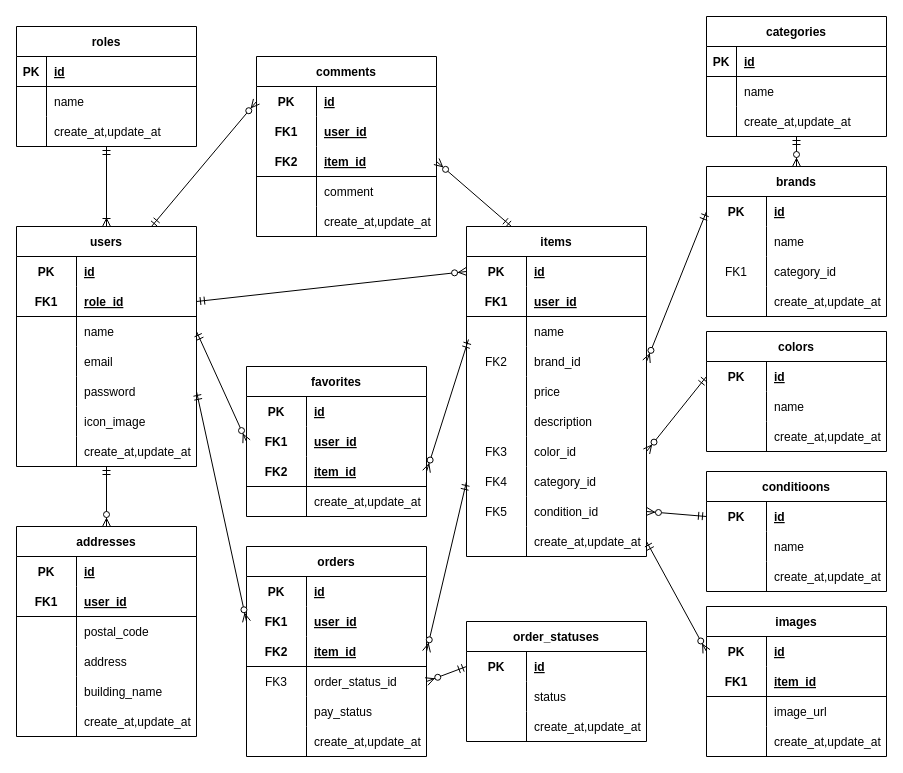
fujico23/coachtech-flea-market-app keeps this draw.io diagram as er.drawio. Above is the earlier version. Source tidied: cells renumbered, new cells numbered last; positions are measured from the earlier drawing's top-left corner, leaving out a move shared by most shapes. Both pictures are drawn from the tidied source at 100%, with x=0, y=0 at pixel (16, 16).
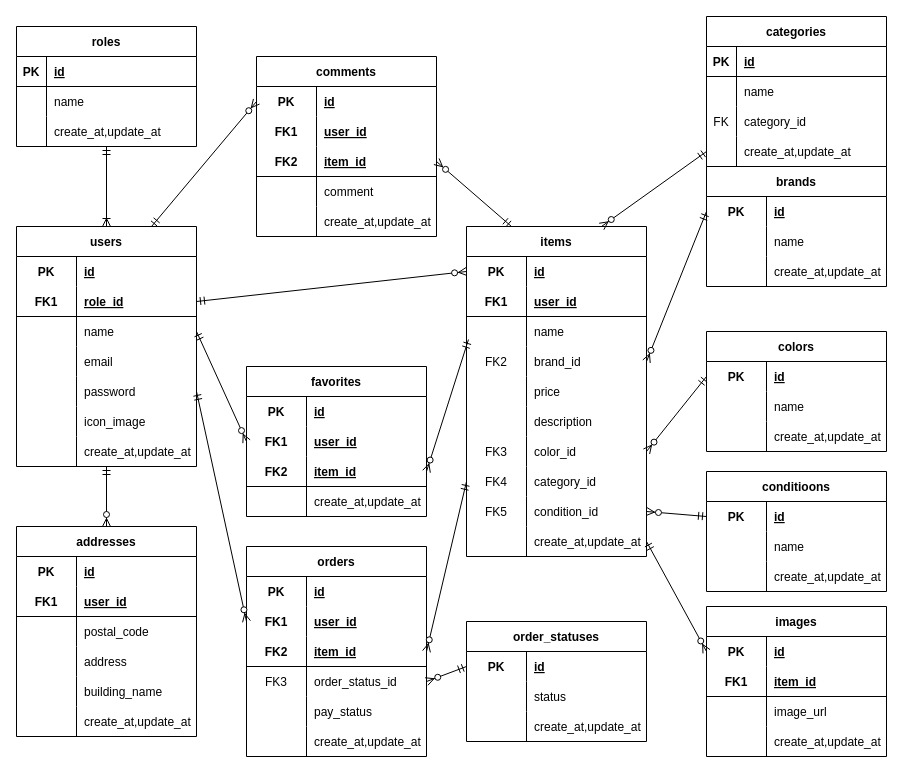
After the change.

The change refers to these unchanged cells:
```xml
<mxCell id="53" value="items" style="shape=table;startSize=30;childLayout=tableLayout;rowLines=0;fontStyle=1;align=center;" parent="1" vertex="1">
  <mxGeometry x="450" y="210" width="180" height="330" as="geometry" />
</mxCell>
```

What changed in the source:
```diff
@@
     <mxCell id="84" value="brands" style="shape=table;startSize=30;childLayout=tableLayout;rowLines=0;fontStyle=1;align=center;" parent="1" vertex="1">
-      <mxGeometry x="690" y="150" width="180" height="150" as="geometry" />
+      <mxGeometry x="690" y="150" width="180" height="120" as="geometry" />
     </mxCell>
@@
-    <mxCell id="91" style="shape=tableRow;horizontal=0;startSize=0;swimlaneHead=0;swimlaneBody=0;fillColor=none;top=0;left=0;right=0;bottom=0;" parent="84" vertex="1">
-      <mxGeometry y="90" width="180" height="30" as="geometry" />
-    </mxCell>
-    <mxCell id="92" value="FK1" style="shape=partialRectangle;fillColor=none;top=0;left=0;bottom=0;right=0;overflow=hidden;" parent="91" vertex="1">
-      <mxGeometry width="60" height="30" as="geometry" />
-    </mxCell>
-    <mxCell id="93" value="category_id" style="shape=partialRectangle;fillColor=none;top=0;left=0;bottom=0;right=0;align=left;spacingLeft=6;overflow=hidden;" parent="91" vertex="1">
-      <mxGeometry x="60" width="120" height="30" as="geometry" />
-    </mxCell>
     <mxCell id="94" style="shape=tableRow;horizontal=0;startSize=0;swimlaneHead=0;swimlaneBody=0;fillColor=none;top=0;left=0;right=0;bottom=0;" parent="84" vertex="1">
-      <mxGeometry y="120" width="180" height="30" as="geometry" />
+      <mxGeometry y="90" width="180" height="30" as="geometry" />
     </mxCell>
@@
     <mxCell id="97" value="categories" style="shape=table;startSize=30;childLayout=tableLayout;rowLines=0;fontStyle=1;align=center;" parent="1" vertex="1">
-      <mxGeometry x="690" width="180" height="120" as="geometry" />
+      <mxGeometry x="690" width="180" height="150" as="geometry" />
     </mxCell>
@@
+    <mxCell id="91" style="shape=tableRow;horizontal=0;startSize=0;swimlaneHead=0;swimlaneBody=0;fillColor=none;top=0;left=0;right=0;bottom=0;" parent="97" vertex="1">
+      <mxGeometry y="90" width="180" height="30" as="geometry" />
+    </mxCell>
+    <mxCell id="213" value="FK" style="shape=partialRectangle;fillColor=none;top=0;left=0;bottom=0;right=0;overflow=hidden;" parent="91" vertex="1">
+      <mxGeometry width="30" height="30" as="geometry" />
+    </mxCell>
+    <mxCell id="93" value="category_id" style="shape=partialRectangle;fillColor=none;top=0;left=0;bottom=0;right=0;align=left;spacingLeft=6;overflow=hidden;" parent="91" vertex="1">
+      <mxGeometry x="30" width="150" height="30" as="geometry" />
+    </mxCell>
     <mxCell id="104" style="shape=tableRow;horizontal=0;startSize=0;swimlaneHead=0;swimlaneBody=0;fillColor=none;points=[[0,0.5],[1,0.5]];portConstraint=eastwest;top=0;left=0;right=0;bottom=0;" parent="97" vertex="1">
-      <mxGeometry y="90" width="180" height="30" as="geometry" />
+      <mxGeometry y="120" width="180" height="30" as="geometry" />
     </mxCell>
@@
+    <mxCell id="214" style="fontSize=12;html=1;endArrow=ERzeroToMany;startArrow=ERmandOne;rounded=1;sketch=0;strokeColor=default;entryX=0.75;entryY=0;entryDx=0;entryDy=0;exitX=0;exitY=0.5;exitDx=0;exitDy=0;" parent="1" edge="1" source="104" target="53">
+      <mxGeometry relative="1" as="geometry" />
+    </mxCell>
```
